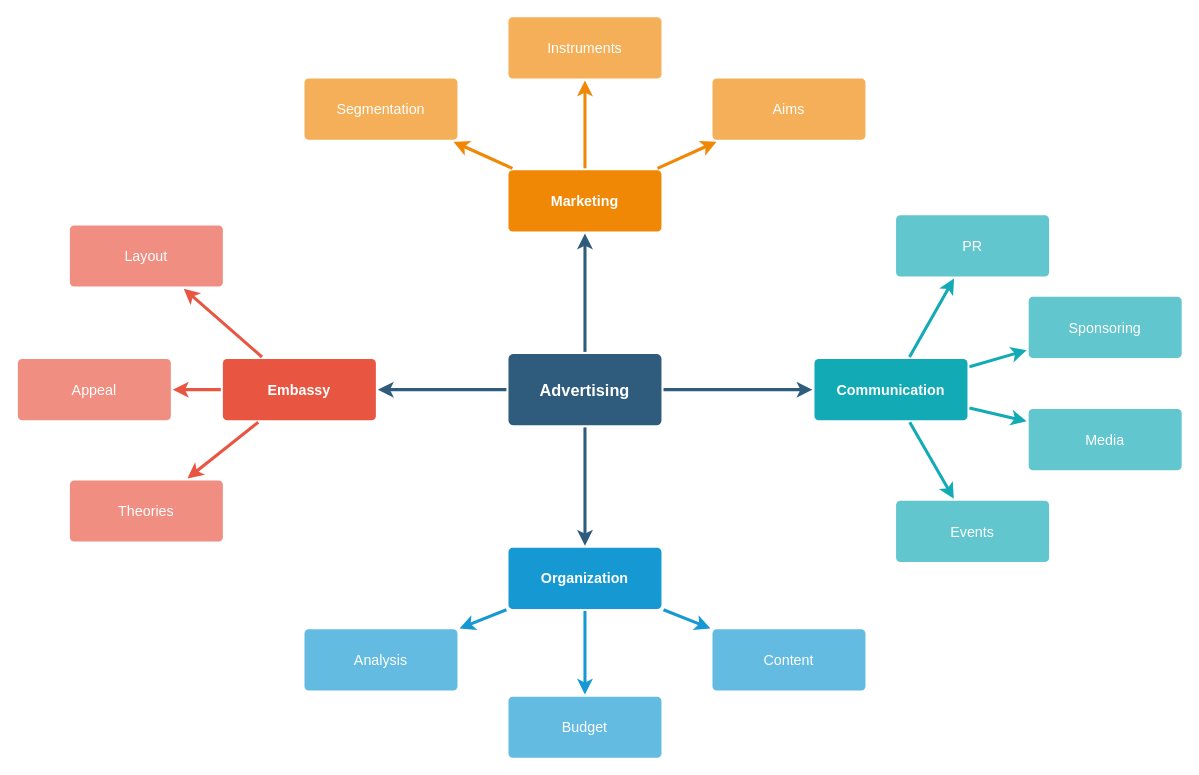
Above: 工作分解結構.drawio in WiFAutoRace/First-record (draw.io), before the change. Source tidied: cells renumbered, new cells numbered last; positions are measured from the earlier drawing's top-left corner, leaving out a move shared by most shapes. Both pictures are drawn from the tidied source at 102%, with x=0, y=0 at pixel (17, 16).
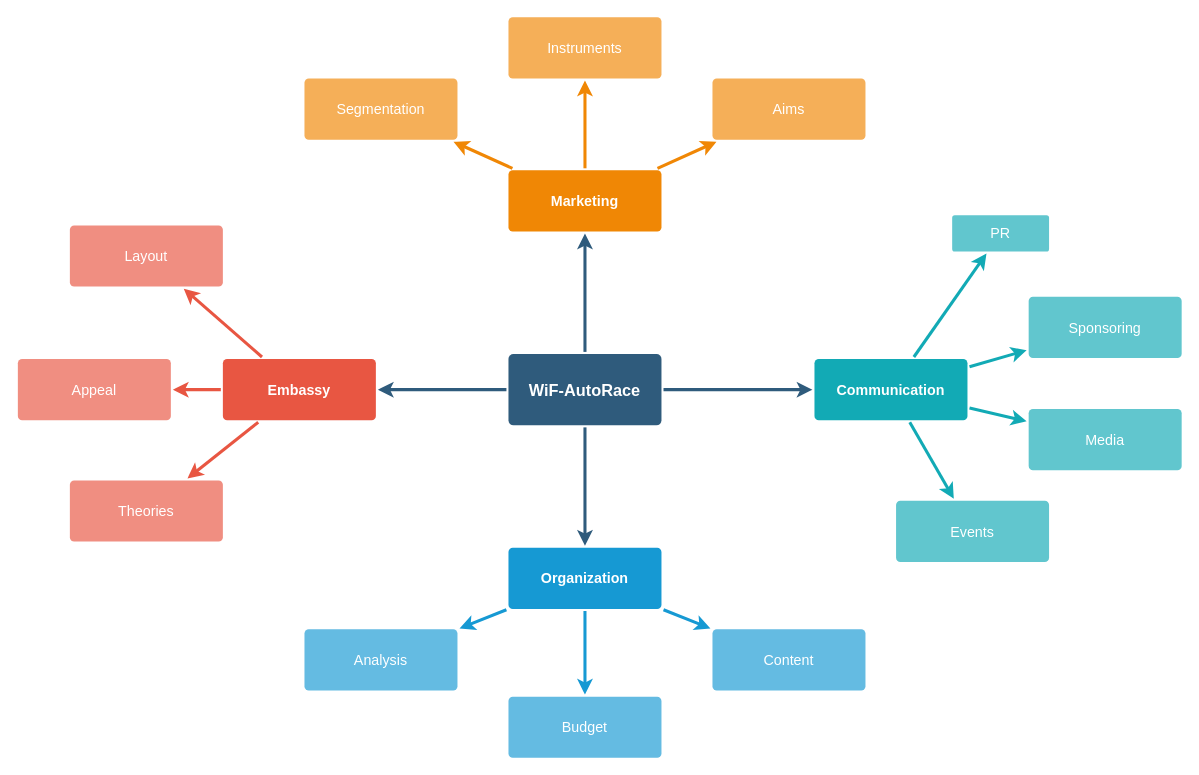
Above is the later version.

Commit message:
Update 工作分解結構.drawio

What changed in the source:
```diff
@@
-    <mxCell id="6" value="Advertising" style="rounded=1;whiteSpace=wrap;html=1;shadow=0;labelBackgroundColor=none;strokeColor=none;strokeWidth=3;fillColor=#2F5B7C;fontFamily=Helvetica;fontSize=16;fontColor=#FFFFFF;align=center;fontStyle=1;spacing=5;arcSize=7;perimeterSpacing=2;" parent="1" vertex="1">
+    <mxCell id="6" value="WiF-AutoRace" style="rounded=1;whiteSpace=wrap;html=1;shadow=0;labelBackgroundColor=none;strokeColor=none;strokeWidth=3;fillColor=#2F5B7C;fontFamily=Helvetica;fontSize=16;fontColor=#FFFFFF;align=center;fontStyle=1;spacing=5;arcSize=7;perimeterSpacing=2;" parent="1" vertex="1">
       <mxGeometry x="481" y="330.5" width="150" height="70" as="geometry" />
     </mxCell>
@@
     <mxCell id="35" value="PR" style="rounded=1;whiteSpace=wrap;html=1;shadow=0;labelBackgroundColor=none;strokeColor=none;strokeWidth=3;fillColor=#61c6ce;fontFamily=Helvetica;fontSize=14;fontColor=#FFFFFF;align=center;spacing=5;fontStyle=0;arcSize=7;perimeterSpacing=2;" parent="1" vertex="1">
-      <mxGeometry x="861" y="194.5" width="150" height="60" as="geometry" />
+      <mxGeometry x="916" y="194.5" width="95" height="35.5" as="geometry" />
     </mxCell>
```
